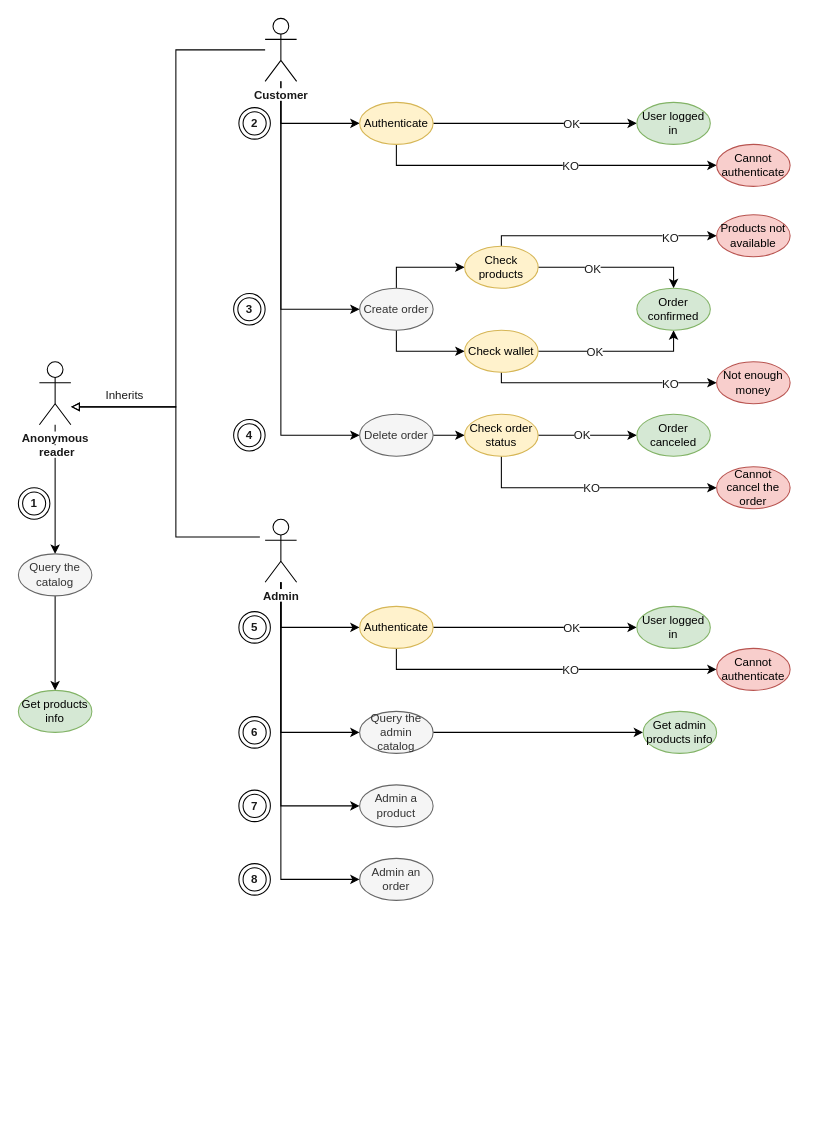
Before: page "Page-3" (3 of 3) of images/CustomerUC.drawio in franckies/ecommerce-api, a draw.io diagram. Source tidied: cells renumbered, new cells numbered last; positions are measured from the earlier drawing's top-left corner, leaving out a move shared by most shapes. Both pictures are drawn from the tidied source at 105%, with x=0, y=0 at pixel (18, 18).
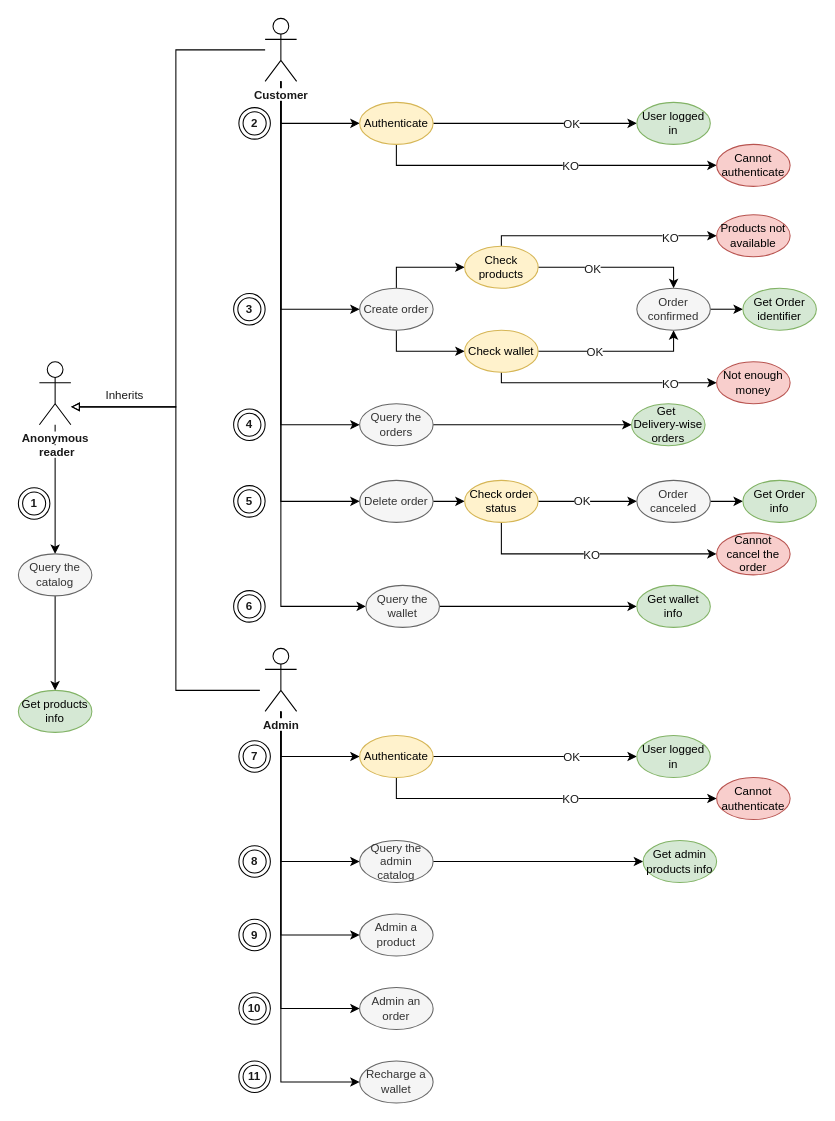
The same page after the edit.

Unchanged cells that the change refers to:
```xml
<mxCell id="5" value="&lt;span style=&quot;background-color: rgb(255 , 255 , 255)&quot;&gt;Customer&lt;/span&gt;" style="shape=umlActor;verticalLabelPosition=bottom;verticalAlign=top;html=1;outlineConnect=0;rounded=1;shadow=0;glass=0;labelBackgroundColor=none;sketch=0;strokeColor=#000000;strokeWidth=1;fillColor=none;gradientColor=none;fontSize=11;fontColor=#191919;align=center;fontStyle=1;" parent="1" vertex="1">
  <mxGeometry x="235" width="30" height="60" as="geometry" />
</mxCell>
```

Change to the diagram source:
```diff
@@
+    <mxCell id="71" style="edgeStyle=orthogonalEdgeStyle;rounded=0;sketch=0;jettySize=auto;html=1;entryX=0;entryY=0.5;entryDx=0;entryDy=0;endArrow=classic;endFill=1;fontSize=11;fontColor=#191919;" parent="1" edge="1" source="5" target="79">
+      <mxGeometry relative="1" as="geometry">
+        <Array as="points">
+          <mxPoint x="250" y="560" />
+        </Array>
+      </mxGeometry>
+    </mxCell>
+    <mxCell id="72" style="edgeStyle=orthogonalEdgeStyle;rounded=0;jettySize=auto;html=1;entryX=0;entryY=0.5;entryDx=0;entryDy=0;" parent="1" edge="1" source="5" target="83">
+      <mxGeometry relative="1" as="geometry">
+        <Array as="points">
+          <mxPoint x="250" y="387" />
+        </Array>
+      </mxGeometry>
+    </mxCell>
@@
+    <mxCell id="73" style="edgeStyle=orthogonalEdgeStyle;rounded=0;jettySize=auto;html=1;" parent="1" edge="1" source="18">
+      <mxGeometry relative="1" as="geometry">
+        <mxPoint x="690" y="277" as="targetPoint" />
+      </mxGeometry>
+    </mxCell>
-    <mxCell id="18" value="&lt;div style=&quot;font-size: 11px;&quot;&gt;&lt;span style=&quot;font-size: 11px;&quot;&gt;Order confirmed&lt;/span&gt;&lt;/div&gt;" style="ellipse;whiteSpace=wrap;html=1;rounded=1;shadow=0;glass=0;labelBackgroundColor=none;sketch=0;strokeColor=#82b366;strokeWidth=1;fillColor=#d5e8d4;fontSize=11;align=center;" parent="1" vertex="1">
+    <mxCell id="18" value="&lt;div style=&quot;font-size: 11px;&quot;&gt;&lt;span style=&quot;font-size: 11px;&quot;&gt;Order confirmed&lt;/span&gt;&lt;/div&gt;" style="ellipse;whiteSpace=wrap;html=1;rounded=1;shadow=0;glass=0;labelBackgroundColor=none;sketch=0;strokeColor=#666666;strokeWidth=1;fillColor=#f5f5f5;fontSize=11;align=center;fontColor=#333333;" parent="1" vertex="1">
       <mxGeometry x="589" y="257" width="70" height="40" as="geometry" />
     </mxCell>
@@
     <mxCell id="20" value="&lt;div style=&quot;font-size: 11px;&quot;&gt;&lt;span style=&quot;font-size: 11px;&quot;&gt;Delete order&lt;/span&gt;&lt;/div&gt;" style="ellipse;whiteSpace=wrap;html=1;rounded=1;shadow=0;glass=0;labelBackgroundColor=none;sketch=0;strokeColor=#666666;strokeWidth=1;fillColor=#f5f5f5;fontSize=11;fontColor=#333333;align=center;" parent="1" vertex="1">
-      <mxGeometry x="325" y="377" width="70" height="40" as="geometry" />
+      <mxGeometry x="325" y="440" width="70" height="40" as="geometry" />
     </mxCell>
@@
     <mxCell id="23" style="edgeStyle=orthogonalEdgeStyle;rounded=0;jettySize=auto;html=1;entryX=0;entryY=0.5;entryDx=0;entryDy=0;fontSize=11;fontColor=#191919;" parent="1" edge="1" source="25" target="36">
       <mxGeometry relative="1" as="geometry">
         <Array as="points">
-          <mxPoint x="460" y="447" />
+          <mxPoint x="460" y="510" />
         </Array>
       </mxGeometry>
     </mxCell>
@@
     <mxCell id="25" value="&lt;div style=&quot;font-size: 11px;&quot;&gt;&lt;span style=&quot;font-size: 11px;&quot;&gt;Check order status&lt;/span&gt;&lt;/div&gt;" style="ellipse;whiteSpace=wrap;html=1;rounded=1;shadow=0;glass=0;labelBackgroundColor=none;sketch=0;strokeColor=#d6b656;strokeWidth=1;fillColor=#fff2cc;fontSize=11;align=center;" parent="1" vertex="1">
-      <mxGeometry x="425" y="377" width="70" height="40" as="geometry" />
+      <mxGeometry x="425" y="440" width="70" height="40" as="geometry" />
     </mxCell>
+    <mxCell id="74" style="edgeStyle=orthogonalEdgeStyle;rounded=0;jettySize=auto;html=1;" parent="1" edge="1" source="26" target="87">
+      <mxGeometry relative="1" as="geometry" />
+    </mxCell>
-    <mxCell id="26" value="&lt;div style=&quot;font-size: 11px&quot;&gt;&lt;span style=&quot;font-size: 11px&quot;&gt;Order canceled&lt;/span&gt;&lt;/div&gt;" style="ellipse;whiteSpace=wrap;html=1;rounded=1;shadow=0;glass=0;labelBackgroundColor=none;sketch=0;strokeColor=#82b366;strokeWidth=1;fillColor=#d5e8d4;fontSize=11;align=center;" parent="1" vertex="1">
-      <mxGeometry x="589" y="377" width="70" height="40" as="geometry" />
+    <mxCell id="26" value="&lt;div style=&quot;font-size: 11px&quot;&gt;&lt;span style=&quot;font-size: 11px&quot;&gt;Order canceled&lt;/span&gt;&lt;/div&gt;" style="ellipse;whiteSpace=wrap;html=1;rounded=1;shadow=0;glass=0;labelBackgroundColor=none;sketch=0;strokeColor=#666666;strokeWidth=1;fillColor=#f5f5f5;fontSize=11;align=center;fontColor=#333333;" parent="1" vertex="1">
+      <mxGeometry x="589" y="440" width="70" height="40" as="geometry" />
     </mxCell>
@@
     <mxCell id="36" value="&lt;div style=&quot;font-size: 11px&quot;&gt;Cannot cancel the order&lt;/div&gt;" style="ellipse;whiteSpace=wrap;html=1;rounded=1;shadow=0;glass=0;labelBackgroundColor=none;sketch=0;strokeColor=#b85450;strokeWidth=1;fillColor=#f8cecc;fontSize=11;align=center;" parent="1" vertex="1">
-      <mxGeometry x="665" y="427" width="70" height="40" as="geometry" />
+      <mxGeometry x="665" y="490" width="70" height="40" as="geometry" />
     </mxCell>
@@
-    <mxCell id="40" value="4" style="ellipse;shape=doubleEllipse;whiteSpace=wrap;html=1;rounded=1;shadow=0;glass=0;labelBackgroundColor=none;sketch=0;strokeColor=#000000;strokeWidth=1;fillColor=none;gradientColor=none;fontSize=11;fontColor=#191919;align=center;fontStyle=1;" parent="1" vertex="1">
-      <mxGeometry x="205" y="382" width="30" height="30" as="geometry" />
+    <mxCell id="40" value="5" style="ellipse;shape=doubleEllipse;whiteSpace=wrap;html=1;rounded=1;shadow=0;glass=0;labelBackgroundColor=none;sketch=0;strokeColor=#000000;strokeWidth=1;fillColor=none;gradientColor=none;fontSize=11;fontColor=#191919;align=center;fontStyle=1;" parent="1" vertex="1">
+      <mxGeometry x="205" y="445" width="30" height="30" as="geometry" />
     </mxCell>
     <mxCell id="41" style="edgeStyle=orthogonalEdgeStyle;rounded=0;jettySize=auto;html=1;entryX=0;entryY=0.5;entryDx=0;entryDy=0;fontSize=11;fontColor=#191919;" parent="1" edge="1" source="45" target="46">
       <mxGeometry relative="1" as="geometry">
         <Array as="points">
-          <mxPoint x="250" y="750" />
+          <mxPoint x="250" y="873" />
         </Array>
       </mxGeometry>
     </mxCell>
     <mxCell id="42" style="edgeStyle=orthogonalEdgeStyle;rounded=0;jettySize=auto;html=1;fontSize=11;fontColor=#191919;" parent="1" edge="1" source="45" target="47">
       <mxGeometry relative="1" as="geometry">
         <Array as="points">
-          <mxPoint x="250" y="820" />
+          <mxPoint x="250" y="943" />
         </Array>
       </mxGeometry>
     </mxCell>
     <mxCell id="43" style="edgeStyle=orthogonalEdgeStyle;rounded=0;jettySize=auto;html=1;entryX=0;entryY=0.5;entryDx=0;entryDy=0;fontSize=11;fontColor=#191919;" parent="1" edge="1" source="45" target="52">
       <mxGeometry relative="1" as="geometry">
         <Array as="points">
-          <mxPoint x="250" y="580" />
+          <mxPoint x="250" y="703" />
         </Array>
       </mxGeometry>
     </mxCell>
     <mxCell id="44" style="edgeStyle=orthogonalEdgeStyle;rounded=0;jettySize=auto;html=1;entryX=0;entryY=0.5;entryDx=0;entryDy=0;fontSize=11;fontColor=#191919;" parent="1" edge="1" source="45" target="55">
       <mxGeometry relative="1" as="geometry">
         <Array as="points">
-          <mxPoint x="250" y="680" />
+          <mxPoint x="250" y="803" />
         </Array>
       </mxGeometry>
     </mxCell>
+    <mxCell id="75" style="edgeStyle=orthogonalEdgeStyle;rounded=0;sketch=0;jettySize=auto;html=1;entryX=0;entryY=0.5;entryDx=0;entryDy=0;endArrow=classic;endFill=1;fontSize=11;fontColor=#191919;" parent="1" edge="1" source="45" target="76">
+      <mxGeometry relative="1" as="geometry">
+        <Array as="points">
+          <mxPoint x="250" y="1013" />
+        </Array>
+      </mxGeometry>
+    </mxCell>
     <mxCell id="45" value="&lt;span style=&quot;background-color: rgb(255 , 255 , 255)&quot;&gt;Admin&lt;/span&gt;" style="shape=umlActor;verticalLabelPosition=bottom;verticalAlign=top;html=1;outlineConnect=0;rounded=1;shadow=0;glass=0;labelBackgroundColor=none;sketch=0;strokeColor=#000000;strokeWidth=1;fillColor=none;gradientColor=none;fontSize=11;fontColor=#191919;align=center;fontStyle=1;" parent="1" vertex="1">
-      <mxGeometry x="235" y="477" width="30" height="60" as="geometry" />
+      <mxGeometry x="235" y="600" width="30" height="60" as="geometry" />
     </mxCell>
     <mxCell id="46" value="&lt;div style=&quot;font-size: 11px&quot;&gt;&lt;span style=&quot;font-size: 11px&quot;&gt;Admin a product&lt;/span&gt;&lt;/div&gt;" style="ellipse;whiteSpace=wrap;html=1;rounded=1;shadow=0;glass=0;labelBackgroundColor=none;sketch=0;strokeColor=#666666;strokeWidth=1;fillColor=#f5f5f5;fontSize=11;fontColor=#333333;align=center;" parent="1" vertex="1">
-      <mxGeometry x="325" y="730" width="70" height="40" as="geometry" />
+      <mxGeometry x="325" y="853" width="70" height="40" as="geometry" />
     </mxCell>
     <mxCell id="47" value="&lt;div style=&quot;font-size: 11px&quot;&gt;&lt;span style=&quot;font-size: 11px&quot;&gt;Admin an order&lt;/span&gt;&lt;/div&gt;" style="ellipse;whiteSpace=wrap;html=1;rounded=1;shadow=0;glass=0;labelBackgroundColor=none;sketch=0;strokeColor=#666666;strokeWidth=1;fillColor=#f5f5f5;fontSize=11;fontColor=#333333;align=center;" parent="1" vertex="1">
-      <mxGeometry x="325" y="800" width="70" height="40" as="geometry" />
+      <mxGeometry x="325" y="923" width="70" height="40" as="geometry" />
     </mxCell>
@@
-    <mxCell id="50" style="edgeStyle=orthogonalEdgeStyle;rounded=0;jettySize=auto;html=1;entryX=0;entryY=0.5;entryDx=0;entryDy=0;fontSize=11;fontColor=#191919;" parent="1" edge="1" source="52" target="57">
+    <mxCell id="50" style="edgeStyle=orthogonalEdgeStyle;rounded=0;jettySize=auto;html=1;entryX=0;entryY=0.5;entryDx=0;entryDy=0;fontSize=11;fontColor=#191919;" parent="1" edge="1" source="52">
       <mxGeometry relative="1" as="geometry">
+        <mxPoint x="665" y="743" as="targetPoint" />
         <Array as="points">
-          <mxPoint x="360" y="620" />
+          <mxPoint x="360" y="743" />
         </Array>
       </mxGeometry>
     </mxCell>
@@
     <mxCell id="52" value="&lt;div style=&quot;font-size: 11px&quot;&gt;&lt;span style=&quot;font-size: 11px&quot;&gt;Authenticate&lt;/span&gt;&lt;/div&gt;" style="ellipse;whiteSpace=wrap;html=1;rounded=1;shadow=0;glass=0;labelBackgroundColor=none;sketch=0;strokeColor=#d6b656;strokeWidth=1;fillColor=#fff2cc;fontSize=11;align=center;" parent="1" vertex="1">
-      <mxGeometry x="325" y="560" width="70" height="40" as="geometry" />
+      <mxGeometry x="325" y="683" width="70" height="40" as="geometry" />
     </mxCell>
     <mxCell id="53" value="&lt;div style=&quot;font-size: 11px&quot;&gt;&lt;span style=&quot;font-size: 11px&quot;&gt;User logged in&lt;/span&gt;&lt;/div&gt;" style="ellipse;whiteSpace=wrap;html=1;rounded=1;shadow=0;glass=0;labelBackgroundColor=none;sketch=0;strokeColor=#82b366;strokeWidth=1;fillColor=#d5e8d4;fontSize=11;align=center;" parent="1" vertex="1">
-      <mxGeometry x="589" y="560" width="70" height="40" as="geometry" />
+      <mxGeometry x="589" y="683" width="70" height="40" as="geometry" />
     </mxCell>
     <mxCell id="54" style="edgeStyle=orthogonalEdgeStyle;rounded=0;jettySize=auto;html=1;fontSize=11;fontColor=#191919;" parent="1" edge="1" source="55">
       <mxGeometry relative="1" as="geometry">
-        <mxPoint x="595" y="680" as="targetPoint" />
+        <mxPoint x="595" y="803" as="targetPoint" />
       </mxGeometry>
     </mxCell>
     <mxCell id="55" value="&lt;div style=&quot;font-size: 11px&quot;&gt;&lt;span style=&quot;font-size: 11px&quot;&gt;Query the admin catalog&lt;/span&gt;&lt;/div&gt;" style="ellipse;whiteSpace=wrap;html=1;rounded=1;shadow=0;glass=0;labelBackgroundColor=none;sketch=0;strokeColor=#666666;strokeWidth=1;fillColor=#f5f5f5;fontSize=11;fontColor=#333333;align=center;" parent="1" vertex="1">
-      <mxGeometry x="325" y="660" width="70" height="40" as="geometry" />
+      <mxGeometry x="325" y="783" width="70" height="40" as="geometry" />
     </mxCell>
     <mxCell id="56" value="&lt;div style=&quot;font-size: 11px&quot;&gt;&lt;span style=&quot;font-size: 11px&quot;&gt;Get admin products info&lt;/span&gt;&lt;/div&gt;" style="ellipse;whiteSpace=wrap;html=1;rounded=1;shadow=0;glass=0;labelBackgroundColor=none;sketch=0;strokeColor=#82b366;strokeWidth=1;fillColor=#d5e8d4;fontSize=11;align=center;" parent="1" vertex="1">
-      <mxGeometry x="595" y="660" width="70" height="40" as="geometry" />
+      <mxGeometry x="595" y="783" width="70" height="40" as="geometry" />
     </mxCell>
     <mxCell id="57" value="Cannot authenticate" style="ellipse;whiteSpace=wrap;html=1;rounded=1;shadow=0;glass=0;labelBackgroundColor=none;sketch=0;strokeColor=#b85450;strokeWidth=1;fillColor=#f8cecc;fontSize=11;align=center;" parent="1" vertex="1">
-      <mxGeometry x="665" y="600" width="70" height="40" as="geometry" />
+      <mxGeometry x="665" y="723" width="70" height="40" as="geometry" />
     </mxCell>
-    <mxCell id="58" value="5" style="ellipse;shape=doubleEllipse;whiteSpace=wrap;html=1;rounded=1;shadow=0;glass=0;labelBackgroundColor=none;sketch=0;strokeColor=#000000;strokeWidth=1;fillColor=none;gradientColor=none;fontSize=11;fontColor=#191919;align=center;fontStyle=1;" parent="1" vertex="1">
-      <mxGeometry x="210" y="565" width="30" height="30" as="geometry" />
+    <mxCell id="58" value="7" style="ellipse;shape=doubleEllipse;whiteSpace=wrap;html=1;rounded=1;shadow=0;glass=0;labelBackgroundColor=none;sketch=0;strokeColor=#000000;strokeWidth=1;fillColor=none;gradientColor=none;fontSize=11;fontColor=#191919;align=center;fontStyle=1;" parent="1" vertex="1">
+      <mxGeometry x="210" y="688" width="30" height="30" as="geometry" />
     </mxCell>
-    <mxCell id="59" value="6" style="ellipse;shape=doubleEllipse;whiteSpace=wrap;html=1;rounded=1;shadow=0;glass=0;labelBackgroundColor=none;sketch=0;strokeColor=#000000;strokeWidth=1;fillColor=none;gradientColor=none;fontSize=11;fontColor=#191919;align=center;fontStyle=1;" parent="1" vertex="1">
-      <mxGeometry x="210" y="665" width="30" height="30" as="geometry" />
+    <mxCell id="59" value="8" style="ellipse;shape=doubleEllipse;whiteSpace=wrap;html=1;rounded=1;shadow=0;glass=0;labelBackgroundColor=none;sketch=0;strokeColor=#000000;strokeWidth=1;fillColor=none;gradientColor=none;fontSize=11;fontColor=#191919;align=center;fontStyle=1;" parent="1" vertex="1">
+      <mxGeometry x="210" y="788" width="30" height="30" as="geometry" />
     </mxCell>
-    <mxCell id="60" value="7" style="ellipse;shape=doubleEllipse;whiteSpace=wrap;html=1;rounded=1;shadow=0;glass=0;labelBackgroundColor=none;sketch=0;strokeColor=#000000;strokeWidth=1;fillColor=none;gradientColor=none;fontSize=11;fontColor=#191919;align=center;fontStyle=1;" parent="1" vertex="1">
-      <mxGeometry x="210" y="735" width="30" height="30" as="geometry" />
+    <mxCell id="60" value="9" style="ellipse;shape=doubleEllipse;whiteSpace=wrap;html=1;rounded=1;shadow=0;glass=0;labelBackgroundColor=none;sketch=0;strokeColor=#000000;strokeWidth=1;fillColor=none;gradientColor=none;fontSize=11;fontColor=#191919;align=center;fontStyle=1;" parent="1" vertex="1">
+      <mxGeometry x="210" y="858" width="30" height="30" as="geometry" />
     </mxCell>
-    <mxCell id="61" value="8" style="ellipse;shape=doubleEllipse;whiteSpace=wrap;html=1;rounded=1;shadow=0;glass=0;labelBackgroundColor=none;sketch=0;strokeColor=#000000;strokeWidth=1;fillColor=none;gradientColor=none;fontSize=11;fontColor=#191919;align=center;fontStyle=1;" parent="1" vertex="1">
-      <mxGeometry x="210" y="805" width="30" height="30" as="geometry" />
+    <mxCell id="61" value="10" style="ellipse;shape=doubleEllipse;whiteSpace=wrap;html=1;rounded=1;shadow=0;glass=0;labelBackgroundColor=none;sketch=0;strokeColor=#000000;strokeWidth=1;fillColor=none;gradientColor=none;fontSize=11;fontColor=#191919;align=center;fontStyle=1;" parent="1" vertex="1">
+      <mxGeometry x="210" y="928" width="30" height="30" as="geometry" />
     </mxCell>
@@
     <mxCell id="64" style="edgeStyle=orthogonalEdgeStyle;rounded=0;sketch=0;orthogonalLoop=1;jettySize=auto;html=1;fontSize=11;fontColor=#191919;endArrow=block;endFill=0;" parent="1" edge="1">
       <mxGeometry relative="1" as="geometry">
-        <mxPoint x="230" y="494" as="sourcePoint" />
+        <mxPoint x="230" y="640" as="sourcePoint" />
         <mxPoint x="50" y="370" as="targetPoint" />
         <Array as="points">
-          <mxPoint x="150" y="494" />
+          <mxPoint x="230" y="640" />
+          <mxPoint x="150" y="640" />
           <mxPoint x="150" y="370" />
         </Array>
       </mxGeometry>
     </mxCell>
@@
+    <mxCell id="76" value="&lt;div style=&quot;font-size: 11px&quot;&gt;Recharge a wallet&lt;/div&gt;" style="ellipse;whiteSpace=wrap;html=1;rounded=1;shadow=0;glass=0;labelBackgroundColor=none;sketch=0;strokeColor=#666666;strokeWidth=1;fillColor=#f5f5f5;fontSize=11;fontColor=#333333;align=center;" parent="1" vertex="1">
+      <mxGeometry x="325" y="993" width="70" height="40" as="geometry" />
+    </mxCell>
+    <mxCell id="77" value="11" style="ellipse;shape=doubleEllipse;whiteSpace=wrap;html=1;rounded=1;shadow=0;glass=0;labelBackgroundColor=none;sketch=0;strokeColor=#000000;strokeWidth=1;fillColor=none;gradientColor=none;fontSize=11;fontColor=#191919;align=center;fontStyle=1;" parent="1" vertex="1">
+      <mxGeometry x="210" y="993" width="30" height="30" as="geometry" />
+    </mxCell>
+    <mxCell id="78" style="edgeStyle=orthogonalEdgeStyle;rounded=0;sketch=0;jettySize=auto;html=1;endArrow=classic;endFill=1;fontSize=11;fontColor=#191919;" parent="1" edge="1" source="79" target="81">
+      <mxGeometry relative="1" as="geometry" />
+    </mxCell>
+    <mxCell id="79" value="&lt;div style=&quot;font-size: 11px&quot;&gt;&lt;span style=&quot;font-size: 11px&quot;&gt;Query the wallet&lt;/span&gt;&lt;/div&gt;" style="ellipse;whiteSpace=wrap;html=1;rounded=1;shadow=0;glass=0;labelBackgroundColor=none;sketch=0;strokeColor=#666666;strokeWidth=1;fillColor=#f5f5f5;fontSize=11;fontColor=#333333;align=center;" parent="1" vertex="1">
+      <mxGeometry x="331" y="540" width="70" height="40" as="geometry" />
+    </mxCell>
+    <mxCell id="80" value="6" style="ellipse;shape=doubleEllipse;whiteSpace=wrap;html=1;rounded=1;shadow=0;glass=0;labelBackgroundColor=none;sketch=0;strokeColor=#000000;strokeWidth=1;fillColor=none;gradientColor=none;fontSize=11;fontColor=#191919;align=center;fontStyle=1;" parent="1" vertex="1">
+      <mxGeometry x="205" y="545" width="30" height="30" as="geometry" />
+    </mxCell>
+    <mxCell id="81" value="&lt;div style=&quot;font-size: 11px&quot;&gt;&lt;span style=&quot;font-size: 11px&quot;&gt;Get wallet info&lt;/span&gt;&lt;/div&gt;" style="ellipse;whiteSpace=wrap;html=1;rounded=1;shadow=0;glass=0;labelBackgroundColor=none;sketch=0;strokeColor=#82b366;strokeWidth=1;fillColor=#d5e8d4;fontSize=11;align=center;" parent="1" vertex="1">
+      <mxGeometry x="589" y="540" width="70" height="40" as="geometry" />
+    </mxCell>
+    <mxCell id="82" style="edgeStyle=orthogonalEdgeStyle;rounded=0;jettySize=auto;html=1;entryX=0;entryY=0.5;entryDx=0;entryDy=0;" parent="1" edge="1" source="83" target="84">
+      <mxGeometry relative="1" as="geometry" />
+    </mxCell>
+    <mxCell id="83" value="&lt;div style=&quot;font-size: 11px&quot;&gt;&lt;span style=&quot;font-size: 11px&quot;&gt;Query the orders&lt;/span&gt;&lt;/div&gt;" style="ellipse;whiteSpace=wrap;html=1;rounded=1;shadow=0;glass=0;labelBackgroundColor=none;sketch=0;strokeColor=#666666;strokeWidth=1;fillColor=#f5f5f5;fontSize=11;fontColor=#333333;align=center;" parent="1" vertex="1">
+      <mxGeometry x="325" y="367" width="70" height="40" as="geometry" />
+    </mxCell>
+    <mxCell id="84" value="&lt;div style=&quot;font-size: 11px&quot;&gt;&lt;span style=&quot;font-size: 11px&quot;&gt;Get&amp;nbsp;&lt;/span&gt;&lt;/div&gt;&lt;div style=&quot;font-size: 11px&quot;&gt;&lt;span style=&quot;font-size: 11px&quot;&gt;Delivery-wise orders&lt;/span&gt;&lt;/div&gt;" style="ellipse;whiteSpace=wrap;html=1;rounded=1;shadow=0;glass=0;labelBackgroundColor=none;sketch=0;strokeColor=#82b366;strokeWidth=1;fillColor=#d5e8d4;fontSize=11;align=center;" parent="1" vertex="1">
+      <mxGeometry x="584" y="367" width="70" height="40" as="geometry" />
+    </mxCell>
+    <mxCell id="85" value="4" style="ellipse;shape=doubleEllipse;whiteSpace=wrap;html=1;rounded=1;shadow=0;glass=0;labelBackgroundColor=none;sketch=0;strokeColor=#000000;strokeWidth=1;fillColor=none;gradientColor=none;fontSize=11;fontColor=#191919;align=center;fontStyle=1;" parent="1" vertex="1">
+      <mxGeometry x="205" y="372" width="30" height="30" as="geometry" />
+    </mxCell>
+    <mxCell id="86" value="&lt;div style=&quot;font-size: 11px&quot;&gt;&lt;span style=&quot;font-size: 11px&quot;&gt;Get Order identifier&lt;/span&gt;&lt;/div&gt;" style="ellipse;whiteSpace=wrap;html=1;rounded=1;shadow=0;glass=0;labelBackgroundColor=none;sketch=0;strokeColor=#82b366;strokeWidth=1;fillColor=#d5e8d4;fontSize=11;align=center;" parent="1" vertex="1">
+      <mxGeometry x="690" y="257" width="70" height="40" as="geometry" />
+    </mxCell>
+    <mxCell id="87" value="&lt;div style=&quot;font-size: 11px&quot;&gt;&lt;span style=&quot;font-size: 11px&quot;&gt;Get Order info&lt;/span&gt;&lt;/div&gt;" style="ellipse;whiteSpace=wrap;html=1;rounded=1;shadow=0;glass=0;labelBackgroundColor=none;sketch=0;strokeColor=#82b366;strokeWidth=1;fillColor=#d5e8d4;fontSize=11;align=center;" parent="1" vertex="1">
+      <mxGeometry x="690" y="440" width="70" height="40" as="geometry" />
+    </mxCell>
```
